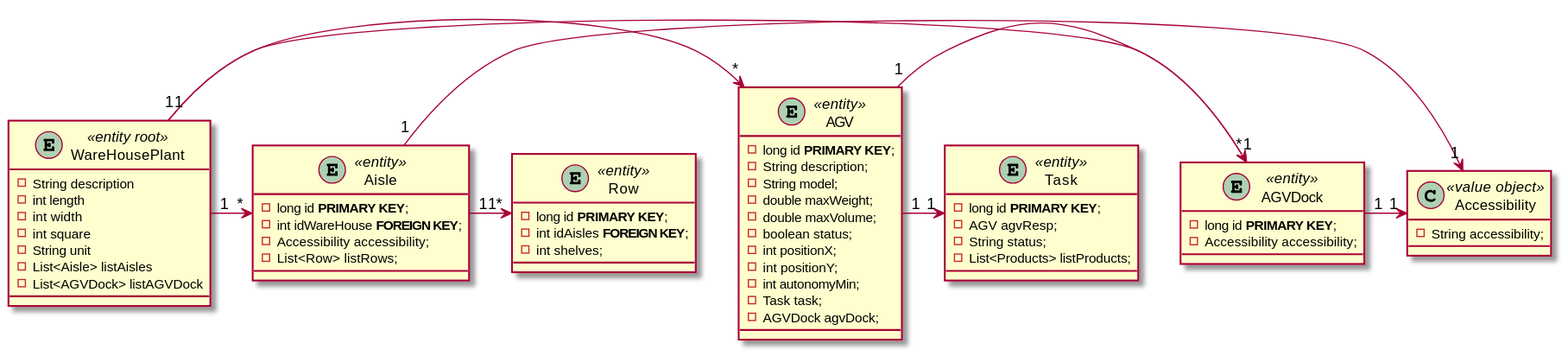
Earlier version of the PlantUML export eapli.base/docs/1190811/US2001/US2001_CD.svg (LourencoMelo/ISEP-EAPLI).
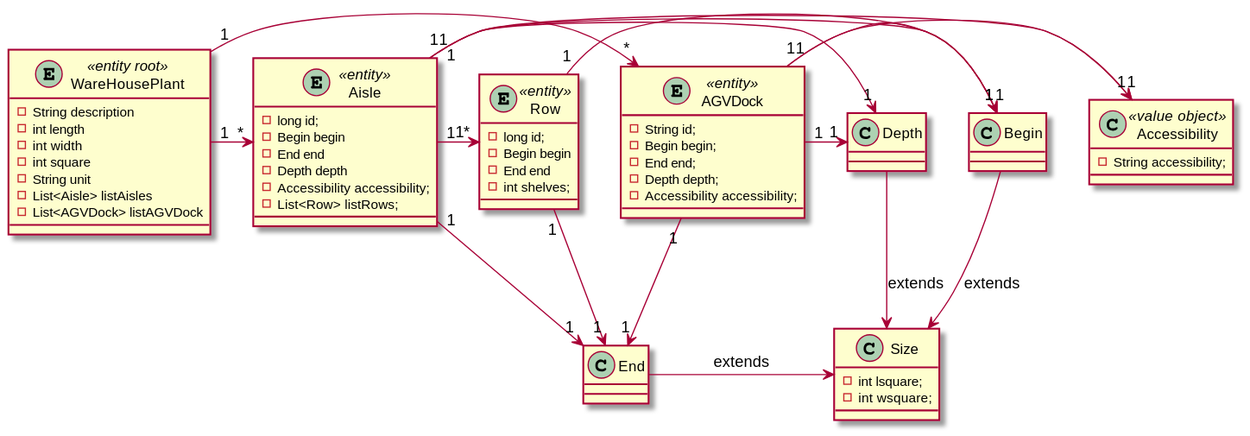
The same file after the commit.

Change to the diagram source:
```diff
@@ -11,20 +11,26 @@
 }
 
 Entity Aisle<<entity>>{
-    -long id **PRIMARY KEY**;
-    -int idWareHouse **FOREIGN KEY**;
+    -long id;
+    -Begin begin
+    -End end
+    -Depth depth
     -Accessibility accessibility;
     -List<Row> listRows;
 }
 
 Entity Row<<entity>>{
-    -long id **PRIMARY KEY**;
-    -int idAisles **FOREIGN KEY**;
+    -long id;
+    -Begin begin
+    -End end
     -int shelves;
 }
 
 Entity AGVDock<<entity>>{
-    -long id **PRIMARY KEY**;
+    -String id;
+    -Begin begin;
+    -End end;
+    -Depth depth;
     -Accessibility accessibility;
 }
 
@@ -33,34 +39,42 @@
 
 }
 
-Entity AGV<<entity>>{
-    -long id **PRIMARY KEY**;
-    -String description;
-    -String model;
-    -double maxWeight;
-    -double maxVolume;
-    -boolean status;
-    -int positionX;
-    -int positionY;
-    -int autonomyMin;
-    -Task task;
-    -AGVDock agvDock;
+class Begin{
 }
 
-Entity Task<<entity>>{
-    -long id **PRIMARY KEY**;
-    -AGV agvResp;
-    -String status;
-    -List<Products> listProducts;
+class End{
 }
 
+class Depth{
+
+}
+
+class Size{
+    -int lsquare;
+    -int wsquare;
+}
+
+
 WareHousePlant "1" -> "*"  AGVDock
-WareHousePlant "1" -> "*" AGV
 WareHousePlant "1" -> "*" Aisle
 Aisle "1" -> "1*" Row
 Aisle "1" -> "1" Accessibility
-AGV "1" -> "1" AGVDock
-AGV "1" -> "1" Task
+Aisle "1" -> "1" Begin
+Aisle "1" -> "1" End
+Aisle "1" -> "1" Depth
+
+Row "1" -> "1" Begin
+Row "1" -> "1" End
+
+
+AGVDock "1" -> "1" Begin
+AGVDock "1" --> "1" End
+AGVDock "1" -> "1" Depth
+
 AGVDock "1" -> "1" Accessibility
 
+Begin --> Size : extends
+End -> Size : extends
+Depth -> Size : extends
+
 @enduml
```
